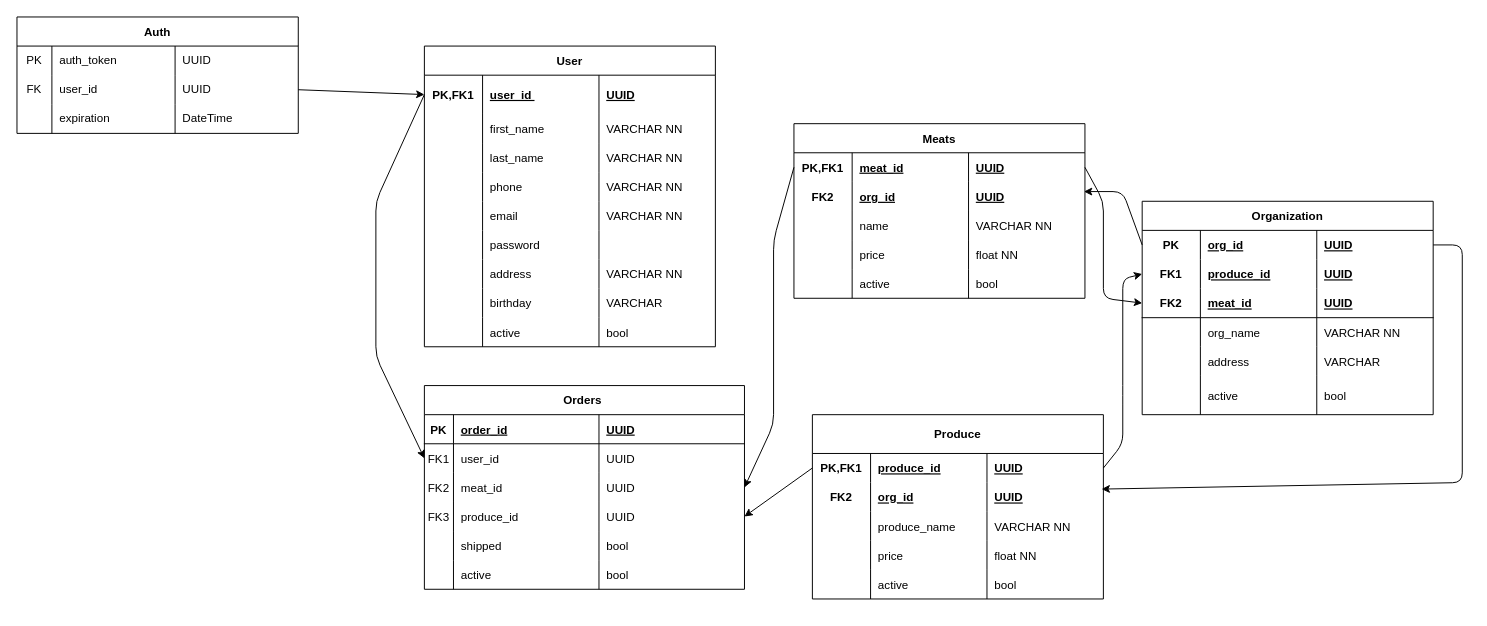
Earlier version of the draw.io diagram erd.drawio (mitchell-devpipline/BEcapstone). Source tidied: cells renumbered, new cells numbered last; positions are measured from the earlier drawing's top-left corner, leaving out a move shared by most shapes. Both pictures are drawn from the tidied source at 97%, with x=0, y=0 at pixel (16, 16).
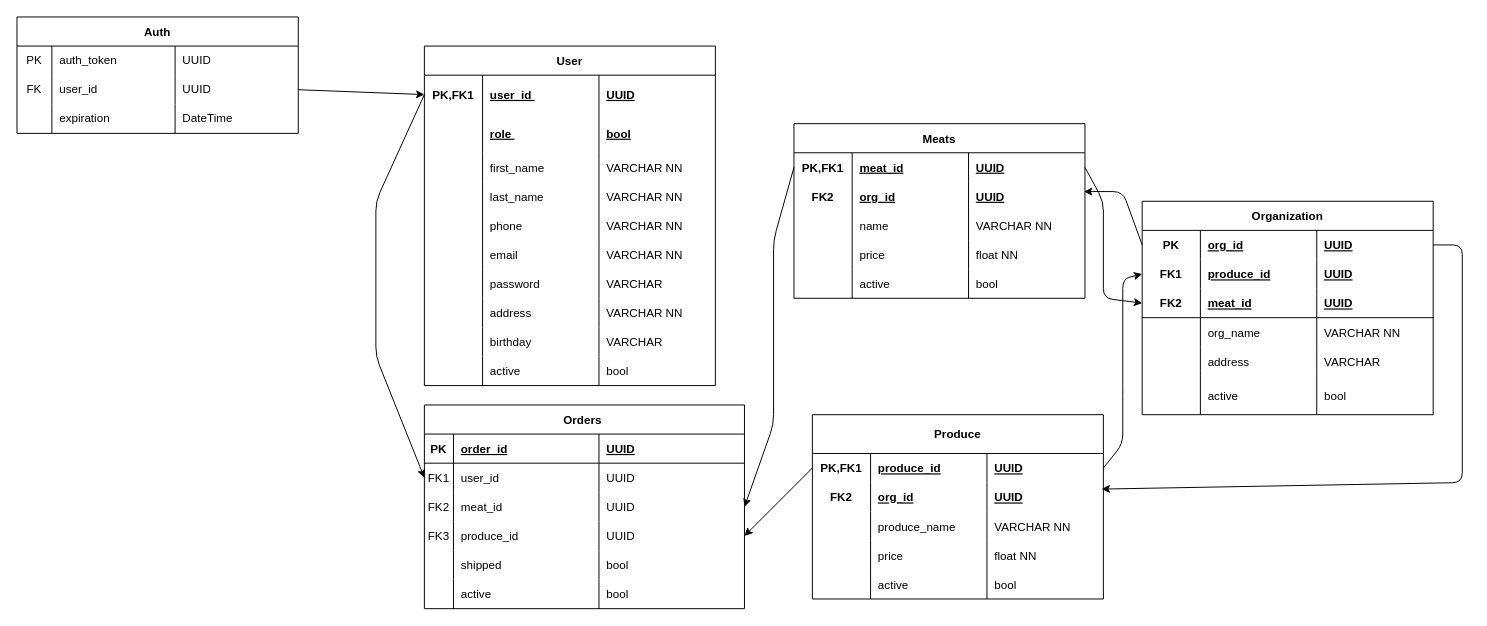
The same page after the edit.

Diff of the diagram source:
```diff
@@
     <mxCell id="2" value="User" style="shape=table;startSize=30;childLayout=tableLayout;rowLines=0;fontStyle=1;align=center;" parent="1" vertex="1">
-      <mxGeometry x="420" y="30" width="300" height="310" as="geometry" />
+      <mxGeometry x="420" y="30" width="300" height="350" as="geometry" />
     </mxCell>
@@
+    <mxCell id="153" style="shape=tableRow;horizontal=0;startSize=0;swimlaneHead=0;swimlaneBody=0;fillColor=none;top=0;left=0;right=0;bottom=0;" parent="2" vertex="1">
+      <mxGeometry y="70" width="300" height="40" as="geometry" />
+    </mxCell>
+    <mxCell id="154" style="shape=partialRectangle;fillColor=none;top=0;left=0;bottom=0;right=0;fontStyle=1;overflow=hidden;" parent="153" vertex="1">
+      <mxGeometry width="60" height="40" as="geometry" />
+    </mxCell>
+    <mxCell id="155" value="role " style="shape=partialRectangle;fillColor=none;top=0;left=0;bottom=0;right=0;align=left;spacingLeft=6;fontStyle=5;overflow=hidden;" parent="153" vertex="1">
+      <mxGeometry x="60" width="120" height="40" as="geometry" />
+    </mxCell>
+    <mxCell id="156" value="bool" style="shape=partialRectangle;fillColor=none;top=0;left=0;bottom=0;right=0;align=left;spacingLeft=6;fontStyle=5;overflow=hidden;" parent="153" vertex="1">
+      <mxGeometry x="180" width="120" height="40" as="geometry" />
+    </mxCell>
     <mxCell id="7" style="shape=tableRow;horizontal=0;startSize=0;swimlaneHead=0;swimlaneBody=0;fillColor=none;top=0;left=0;right=0;bottom=0;" parent="2" vertex="1">
-      <mxGeometry y="70" width="300" height="30" as="geometry" />
+      <mxGeometry y="110" width="300" height="30" as="geometry" />
     </mxCell>
@@
     <mxCell id="11" style="shape=tableRow;horizontal=0;startSize=0;swimlaneHead=0;swimlaneBody=0;fillColor=none;top=0;left=0;right=0;bottom=0;" parent="2" vertex="1">
-      <mxGeometry y="100" width="300" height="30" as="geometry" />
+      <mxGeometry y="140" width="300" height="30" as="geometry" />
     </mxCell>
@@
     <mxCell id="15" style="shape=tableRow;horizontal=0;startSize=0;swimlaneHead=0;swimlaneBody=0;fillColor=none;top=0;left=0;right=0;bottom=0;" parent="2" vertex="1">
-      <mxGeometry y="130" width="300" height="30" as="geometry" />
+      <mxGeometry y="170" width="300" height="30" as="geometry" />
     </mxCell>
@@
     <mxCell id="19" style="shape=tableRow;horizontal=0;startSize=0;swimlaneHead=0;swimlaneBody=0;fillColor=none;top=0;left=0;right=0;bottom=0;" parent="2" vertex="1">
-      <mxGeometry y="160" width="300" height="30" as="geometry" />
+      <mxGeometry y="200" width="300" height="30" as="geometry" />
     </mxCell>
@@
     <mxCell id="23" style="shape=tableRow;horizontal=0;startSize=0;swimlaneHead=0;swimlaneBody=0;fillColor=none;top=0;left=0;right=0;bottom=0;" parent="2" vertex="1">
-      <mxGeometry y="190" width="300" height="30" as="geometry" />
+      <mxGeometry y="230" width="300" height="30" as="geometry" />
     </mxCell>
@@
-    <mxCell id="26" style="shape=partialRectangle;fillColor=none;top=0;left=0;bottom=0;right=0;align=left;spacingLeft=6;overflow=hidden;" parent="23" vertex="1">
+    <mxCell id="26" value="VARCHAR" style="shape=partialRectangle;fillColor=none;top=0;left=0;bottom=0;right=0;align=left;spacingLeft=6;overflow=hidden;" parent="23" vertex="1">
       <mxGeometry x="180" width="120" height="30" as="geometry" />
     </mxCell>
     <mxCell id="27" style="shape=tableRow;horizontal=0;startSize=0;swimlaneHead=0;swimlaneBody=0;fillColor=none;top=0;left=0;right=0;bottom=0;" parent="2" vertex="1">
-      <mxGeometry y="220" width="300" height="30" as="geometry" />
+      <mxGeometry y="260" width="300" height="30" as="geometry" />
     </mxCell>
@@
     <mxCell id="31" style="shape=tableRow;horizontal=0;startSize=0;swimlaneHead=0;swimlaneBody=0;fillColor=none;top=0;left=0;right=0;bottom=0;" parent="2" vertex="1">
-      <mxGeometry y="250" width="300" height="30" as="geometry" />
+      <mxGeometry y="290" width="300" height="30" as="geometry" />
     </mxCell>
@@
     <mxCell id="35" style="shape=tableRow;horizontal=0;startSize=0;swimlaneHead=0;swimlaneBody=0;fillColor=none;top=0;left=0;right=0;bottom=0;" parent="2" vertex="1">
-      <mxGeometry y="280" width="300" height="30" as="geometry" />
+      <mxGeometry y="320" width="300" height="30" as="geometry" />
     </mxCell>
@@
     <mxCell id="109" value="Orders " style="shape=table;startSize=30;childLayout=tableLayout;rowLines=0;fontStyle=1;align=center;" parent="1" vertex="1">
-      <mxGeometry x="420" y="380" width="330" height="210" as="geometry" />
+      <mxGeometry x="420" y="400" width="330" height="210" as="geometry" />
     </mxCell>
```
